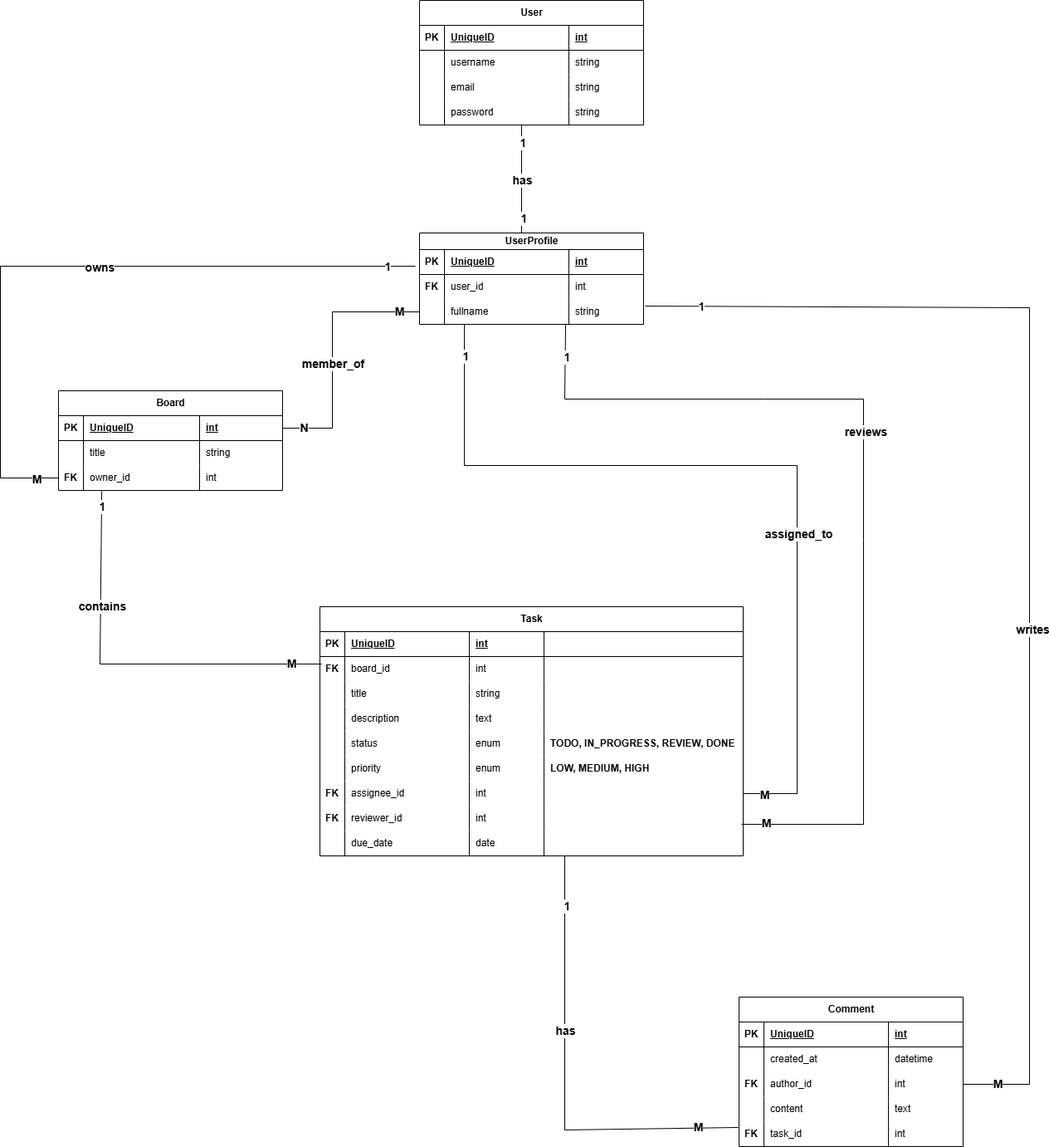
Olivierentwicklung/project.kanmind keeps this draw.io diagram as z_screenshots/erd.drawio.png. Above is the earlier version. Source tidied: cells renumbered, new cells last; positions are measured from the earlier drawing's top-left corner, leaving out a move shared by most shapes.
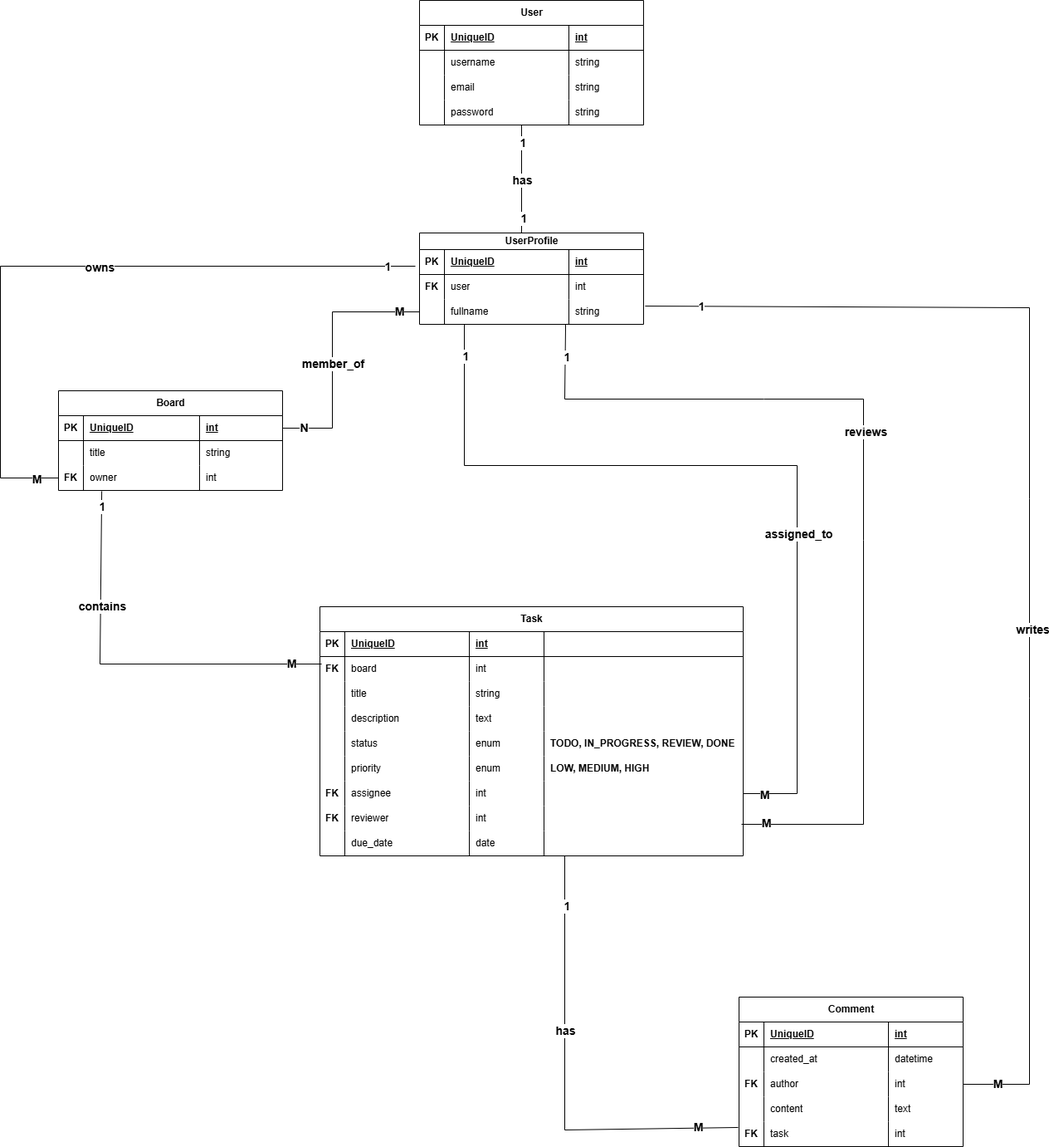
Later version of the same file.

Commit message:
chore: update ERD diagram with feedback from Albert. _id is not neccessary in ERD, ForeignKey make it automatically.

Change to the diagram source:
```diff
@@ -23,7 +23,7 @@
     <mxCell id="8" value="&lt;b&gt;FK&lt;/b&gt;" style="shape=partialRectangle;fillColor=none;top=0;left=0;bottom=0;right=0;overflow=hidden;whiteSpace=wrap;html=1;" parent="7" vertex="1">
       <mxGeometry width="30" height="30" as="geometry" />
     </mxCell>
-    <mxCell id="9" value="user_id" style="shape=partialRectangle;fillColor=none;top=0;left=0;bottom=0;right=0;align=left;spacingLeft=6;overflow=hidden;whiteSpace=wrap;html=1;" parent="7" vertex="1">
+    <mxCell id="9" value="user" style="shape=partialRectangle;fillColor=none;top=0;left=0;bottom=0;right=0;align=left;spacingLeft=6;overflow=hidden;whiteSpace=wrap;html=1;" parent="7" vertex="1">
       <mxGeometry x="30" width="150" height="30" as="geometry" />
     </mxCell>
     <mxCell id="10" value="int" style="shape=partialRectangle;fillColor=none;top=0;left=0;bottom=0;right=0;align=left;spacingLeft=6;overflow=hidden;whiteSpace=wrap;html=1;" parent="7" vertex="1">
@@ -74,7 +74,7 @@
     <mxCell id="25" value="&lt;b&gt;FK&lt;/b&gt;" style="shape=partialRectangle;fillColor=none;top=0;left=0;bottom=0;right=0;overflow=hidden;whiteSpace=wrap;html=1;" parent="24" vertex="1">
       <mxGeometry width="30" height="30" as="geometry" />
     </mxCell>
-    <mxCell id="26" value="owner_id" style="shape=partialRectangle;fillColor=none;top=0;left=0;bottom=0;right=0;align=left;spacingLeft=6;overflow=hidden;whiteSpace=wrap;html=1;" parent="24" vertex="1">
+    <mxCell id="26" value="owner" style="shape=partialRectangle;fillColor=none;top=0;left=0;bottom=0;right=0;align=left;spacingLeft=6;overflow=hidden;whiteSpace=wrap;html=1;" parent="24" vertex="1">
       <mxGeometry x="30" width="140" height="30" as="geometry" />
     </mxCell>
     <mxCell id="27" value="int" style="shape=partialRectangle;fillColor=none;top=0;left=0;bottom=0;right=0;align=left;spacingLeft=6;overflow=hidden;whiteSpace=wrap;html=1;" parent="24" vertex="1">
@@ -104,7 +104,7 @@
     <mxCell id="35" value="&lt;b&gt;FK&lt;/b&gt;" style="shape=partialRectangle;fillColor=none;top=0;left=0;bottom=0;right=0;overflow=hidden;whiteSpace=wrap;html=1;" parent="34" vertex="1">
       <mxGeometry width="30" height="30" as="geometry" />
     </mxCell>
-    <mxCell id="36" value="board_id" style="shape=partialRectangle;fillColor=none;top=0;left=0;bottom=0;right=0;align=left;spacingLeft=6;overflow=hidden;whiteSpace=wrap;html=1;" parent="34" vertex="1">
+    <mxCell id="36" value="board" style="shape=partialRectangle;fillColor=none;top=0;left=0;bottom=0;right=0;align=left;spacingLeft=6;overflow=hidden;whiteSpace=wrap;html=1;" parent="34" vertex="1">
       <mxGeometry x="30" width="150" height="30" as="geometry" />
     </mxCell>
     <mxCell id="37" value="int" style="shape=partialRectangle;fillColor=none;top=0;left=0;bottom=0;right=0;align=left;spacingLeft=6;overflow=hidden;whiteSpace=wrap;html=1;" parent="34" vertex="1">
@@ -179,7 +179,7 @@
     <mxCell id="60" value="&lt;b&gt;FK&lt;/b&gt;" style="shape=partialRectangle;fillColor=none;top=0;left=0;bottom=0;right=0;overflow=hidden;whiteSpace=wrap;html=1;" parent="59" vertex="1">
       <mxGeometry width="30" height="30" as="geometry" />
     </mxCell>
-    <mxCell id="61" value="assignee_id" style="shape=partialRectangle;fillColor=none;top=0;left=0;bottom=0;right=0;align=left;spacingLeft=6;overflow=hidden;whiteSpace=wrap;html=1;" parent="59" vertex="1">
+    <mxCell id="61" value="assignee" style="shape=partialRectangle;fillColor=none;top=0;left=0;bottom=0;right=0;align=left;spacingLeft=6;overflow=hidden;whiteSpace=wrap;html=1;" parent="59" vertex="1">
       <mxGeometry x="30" width="150" height="30" as="geometry" />
     </mxCell>
     <mxCell id="62" value="int" style="shape=partialRectangle;fillColor=none;top=0;left=0;bottom=0;right=0;align=left;spacingLeft=6;overflow=hidden;whiteSpace=wrap;html=1;" parent="59" vertex="1">
@@ -194,7 +194,7 @@
     <mxCell id="65" value="&lt;b&gt;FK&lt;/b&gt;" style="shape=partialRectangle;fillColor=none;top=0;left=0;bottom=0;right=0;overflow=hidden;whiteSpace=wrap;html=1;" parent="64" vertex="1">
       <mxGeometry width="30" height="30" as="geometry" />
     </mxCell>
-    <mxCell id="66" value="reviewer_id" style="shape=partialRectangle;fillColor=none;top=0;left=0;bottom=0;right=0;align=left;spacingLeft=6;overflow=hidden;whiteSpace=wrap;html=1;" parent="64" vertex="1">
+    <mxCell id="66" value="reviewer" style="shape=partialRectangle;fillColor=none;top=0;left=0;bottom=0;right=0;align=left;spacingLeft=6;overflow=hidden;whiteSpace=wrap;html=1;" parent="64" vertex="1">
       <mxGeometry x="30" width="150" height="30" as="geometry" />
     </mxCell>
     <mxCell id="67" value="int" style="shape=partialRectangle;fillColor=none;top=0;left=0;bottom=0;right=0;align=left;spacingLeft=6;overflow=hidden;whiteSpace=wrap;html=1;" parent="64" vertex="1">
@@ -302,7 +302,7 @@
     <mxCell id="101" value="&lt;b&gt;FK&lt;/b&gt;" style="shape=partialRectangle;fillColor=none;top=0;left=0;bottom=0;right=0;overflow=hidden;whiteSpace=wrap;html=1;" parent="100" vertex="1">
       <mxGeometry width="30" height="30" as="geometry" />
     </mxCell>
-    <mxCell id="102" value="author_id" style="shape=partialRectangle;fillColor=none;top=0;left=0;bottom=0;right=0;align=left;spacingLeft=6;overflow=hidden;whiteSpace=wrap;html=1;" parent="100" vertex="1">
+    <mxCell id="102" value="author" style="shape=partialRectangle;fillColor=none;top=0;left=0;bottom=0;right=0;align=left;spacingLeft=6;overflow=hidden;whiteSpace=wrap;html=1;" parent="100" vertex="1">
       <mxGeometry x="30" width="150" height="30" as="geometry" />
     </mxCell>
     <mxCell id="103" value="int" style="shape=partialRectangle;fillColor=none;top=0;left=0;bottom=0;right=0;align=left;spacingLeft=6;overflow=hidden;whiteSpace=wrap;html=1;" parent="100" vertex="1">
@@ -326,7 +326,7 @@
     <mxCell id="109" value="&lt;b&gt;FK&lt;/b&gt;" style="shape=partialRectangle;fillColor=none;top=0;left=0;bottom=0;right=0;overflow=hidden;whiteSpace=wrap;html=1;" parent="108" vertex="1">
       <mxGeometry width="30" height="30" as="geometry" />
     </mxCell>
-    <mxCell id="110" value="task_id" style="shape=partialRectangle;fillColor=none;top=0;left=0;bottom=0;right=0;align=left;spacingLeft=6;overflow=hidden;whiteSpace=wrap;html=1;" parent="108" vertex="1">
+    <mxCell id="110" value="task" style="shape=partialRectangle;fillColor=none;top=0;left=0;bottom=0;right=0;align=left;spacingLeft=6;overflow=hidden;whiteSpace=wrap;html=1;" parent="108" vertex="1">
       <mxGeometry x="30" width="150" height="30" as="geometry" />
     </mxCell>
     <mxCell id="111" value="int" style="shape=partialRectangle;fillColor=none;top=0;left=0;bottom=0;right=0;align=left;spacingLeft=6;overflow=hidden;whiteSpace=wrap;html=1;" parent="108" vertex="1">
```
